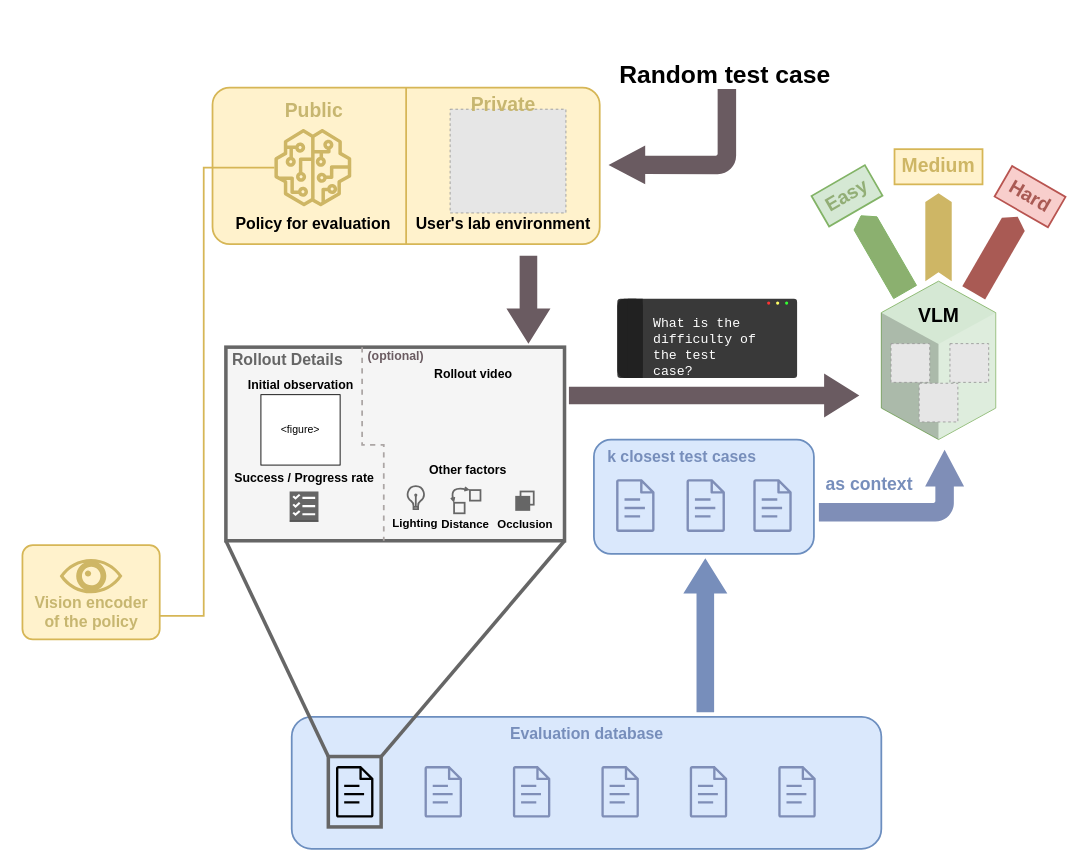
This is vlm_icl_v4.drawio from cxh-cxh/Embodied-VLM-Judge-figures, a draw.io file, before an edit. Source tidied: cells renumbered, new cells numbered last; positions are measured from the earlier drawing's top-left corner, leaving out a move shared by most shapes. Both pictures are drawn from the tidied source at 88%, with x=0, y=0 at pixel (18, 52). Pictures stored in the file or linked from it are replaced by grey dashed boxes.
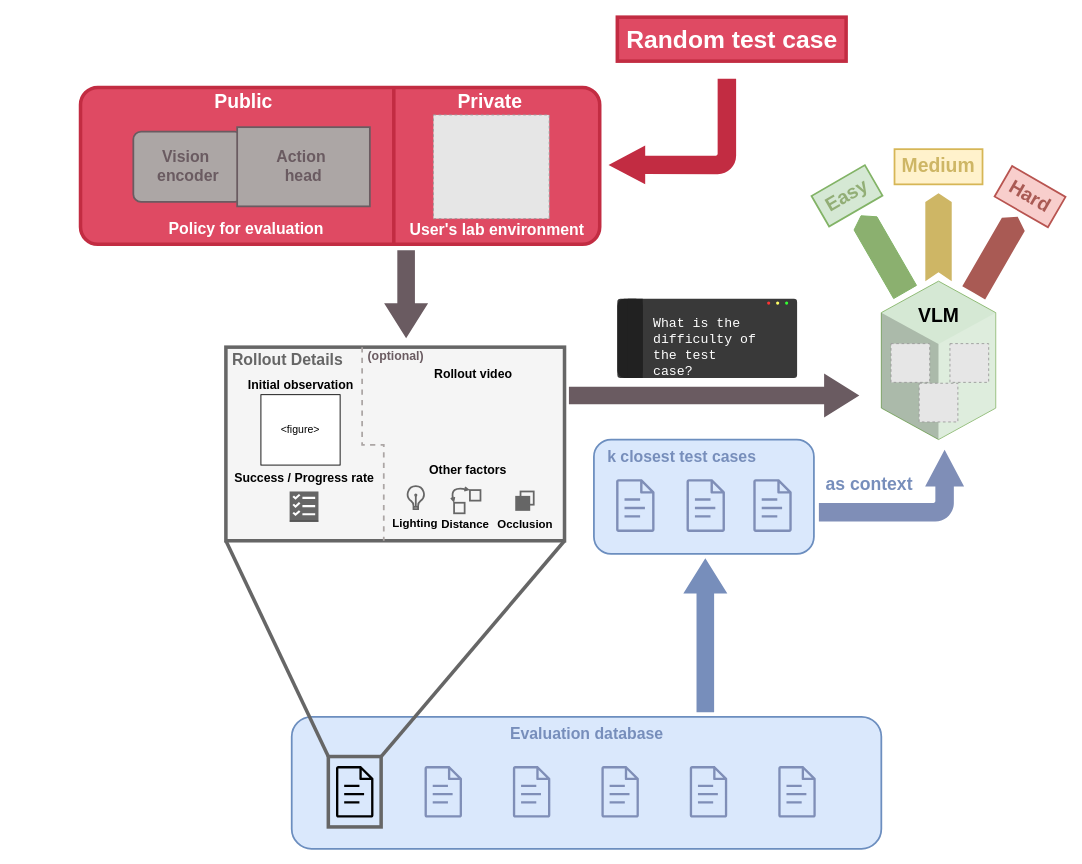
After the change.

The edit, as a diff of the source:
```diff
@@
-    <mxCell id="34" value="&lt;font&gt;&lt;b&gt;Random test case&lt;/b&gt;&lt;/font&gt;" style="text;html=1;align=center;verticalAlign=middle;strokeColor=none;fillColor=none;fontSize=28;" parent="1" vertex="1">
-      <mxGeometry x="672" width="260" height="50" as="geometry" />
+    <mxCell id="34" value="&lt;font style=&quot;color: rgb(255, 255, 255);&quot;&gt;&lt;b&gt;Random test case&lt;/b&gt;&lt;/font&gt;" style="text;html=1;align=center;verticalAlign=middle;strokeColor=#C22C42;fillColor=light-dark(#DF4A63,#AA7B7B);fontSize=28;strokeWidth=4;" parent="1" vertex="1">
+      <mxGeometry x="680" y="-40" width="260" height="50" as="geometry" />
     </mxCell>
     <mxCell id="35" style="group;" parent="1" vertex="1">
-      <mxGeometry x="220" y="20" width="440" height="198" as="geometry" />
+      <mxGeometry x="70" y="20" width="590" height="198" as="geometry" />
     </mxCell>
-    <mxCell id="36" style="rounded=1;whiteSpace=wrap;html=1;fillColor=#fff2cc;strokeColor=#d6b656;strokeWidth=2;arcSize=11;" parent="35" vertex="1">
-      <mxGeometry y="20" width="440" height="178" as="geometry" />
+    <mxCell id="36" style="rounded=1;whiteSpace=wrap;html=1;fillColor=light-dark(#DF4A63,#AA7B7B);strokeColor=#C22C42;strokeWidth=4;arcSize=11;align=center;verticalAlign=middle;fontFamily=Helvetica;fontSize=28;fontColor=default;gradientColor=none;" parent="35" vertex="1">
+      <mxGeometry y="20" width="590" height="178" as="geometry" />
     </mxCell>
-    <mxCell id="37" value="&lt;font&gt;&lt;b&gt;User's lab environment&lt;/b&gt;&lt;/font&gt;" style="text;html=1;align=center;verticalAlign=middle;strokeColor=none;fillColor=none;fontSize=18;fontColor=light-dark(#000000,#EDEDED);" parent="35" vertex="1">
-      <mxGeometry x="220" y="155" width="220" height="40" as="geometry" />
+    <mxCell id="37" value="&lt;font style=&quot;color: rgb(255, 255, 255);&quot;&gt;&lt;b&gt;User's lab environment&lt;/b&gt;&lt;/font&gt;" style="text;html=1;align=center;verticalAlign=middle;strokeColor=none;fillColor=none;fontSize=18;fontColor=light-dark(#000000,#EDEDED);" parent="35" vertex="1">
+      <mxGeometry x="362.8" y="161.9" width="220" height="40" as="geometry" />
     </mxCell>
     <mxCell id="38" style="fillColor=#E6E6E6;strokeColor=#999999;dashed=1;verticalLabelPosition=bottom;labelBackgroundColor=default;verticalAlign=top;" parent="35" vertex="1">
-      <mxGeometry x="270" y="44.6" width="131.6" height="117.9" as="geometry" />
+      <mxGeometry x="401" y="51.1" width="131.6" height="117.9" as="geometry" />
     </mxCell>
-    <mxCell id="39" value="&lt;font style=&quot;color: rgb(0, 0, 0);&quot;&gt;&lt;b&gt;Policy for evaluation&lt;/b&gt;&lt;/font&gt;" style="text;html=1;align=center;verticalAlign=middle;strokeColor=none;fillColor=none;fontSize=18;fontColor=light-dark(#7f8eb7, #EDEDED);" parent="35" vertex="1">
-      <mxGeometry x="14" y="155" width="200" height="40" as="geometry" />
+    <mxCell id="39" value="&lt;font style=&quot;color: rgb(255, 255, 255);&quot;&gt;&lt;b style=&quot;&quot;&gt;Policy for evaluation&lt;/b&gt;&lt;/font&gt;" style="text;html=1;align=center;verticalAlign=middle;strokeColor=none;fillColor=none;fontSize=18;fontColor=light-dark(#7f8eb7, #EDEDED);" parent="35" vertex="1">
+      <mxGeometry x="88" y="161" width="200" height="40" as="geometry" />
     </mxCell>
-    <mxCell id="40" style="sketch=0;outlineConnect=0;fillColor=light-dark(#ceb665, #281d00);strokeColor=#d6b656;dashed=0;verticalLabelPosition=bottom;verticalAlign=top;align=center;html=1;fontSize=12;fontStyle=0;shape=mxgraph.aws4.sagemaker_model;points=[[0,0.5,0,0,0]];" parent="35" vertex="1">
-      <mxGeometry x="70" y="67" width="88" height="88" as="geometry" />
-    </mxCell>
-    <mxCell id="41" value="&lt;font&gt;&lt;b&gt;Public&lt;/b&gt;&lt;/font&gt;" style="text;html=1;align=center;verticalAlign=middle;strokeColor=none;fillColor=none;fontColor=light-dark(#c7b670, #ededed);fontSize=22;" parent="35" vertex="1">
-      <mxGeometry x="70" y="27" width="90" height="40" as="geometry" />
+    <mxCell id="41" value="&lt;font style=&quot;color: rgb(255, 255, 255);&quot;&gt;&lt;b&gt;Public&lt;/b&gt;&lt;/font&gt;" style="text;html=1;align=center;verticalAlign=middle;strokeColor=none;fillColor=none;fontColor=light-dark(#c7b670, #ededed);fontSize=22;" parent="35" vertex="1">
+      <mxGeometry x="140" y="17" width="90" height="40" as="geometry" />
     </mxCell>
-    <mxCell id="42" value="&lt;span&gt;&lt;b&gt;Private&lt;/b&gt;&lt;/span&gt;" style="text;html=1;align=center;verticalAlign=middle;strokeColor=none;fillColor=none;fontColor=light-dark(#c7b670, #ededed);fontSize=22;" parent="35" vertex="1">
-      <mxGeometry x="280" y="20" width="100" height="40" as="geometry" />
+    <mxCell id="42" value="&lt;span&gt;&lt;b&gt;&lt;font style=&quot;color: rgb(255, 255, 255);&quot;&gt;Private&lt;/font&gt;&lt;/b&gt;&lt;/span&gt;" style="text;html=1;align=center;verticalAlign=middle;strokeColor=none;fillColor=none;fontColor=light-dark(#c7b670, #ededed);fontSize=22;" parent="35" vertex="1">
+      <mxGeometry x="415" y="17" width="100" height="40" as="geometry" />
     </mxCell>
-    <mxCell id="43" style="endArrow=none;html=1;rounded=0;exitX=0.5;exitY=0;exitDx=0;exitDy=0;entryX=0.5;entryY=1;entryDx=0;entryDy=0;strokeWidth=2;fillColor=#fff2cc;strokeColor=#d6b656;" parent="35" edge="1" source="36" target="36">
-      <mxGeometry relative="1" as="geometry" />
+    <mxCell id="43" style="endArrow=none;html=1;rounded=0;exitX=0.5;exitY=0;exitDx=0;exitDy=0;entryX=0.5;entryY=1;entryDx=0;entryDy=0;strokeWidth=4;fillColor=#fff2cc;strokeColor=#C22C42;" parent="35" edge="1">
+      <mxGeometry relative="1" as="geometry">
+        <mxPoint x="356" y="20" as="sourcePoint" />
+        <mxPoint x="356" y="198" as="targetPoint" />
+      </mxGeometry>
     </mxCell>
+    <mxCell id="68" style="rounded=1;whiteSpace=wrap;html=1;fillColor=#ACA6A5;strokeColor=#6A5B61;strokeWidth=2;arcSize=11;" parent="35" vertex="1">
+      <mxGeometry x="60" y="70" width="124.2" height="80" as="geometry" />
+    </mxCell>
+    <mxCell id="86" style="rounded=0;whiteSpace=wrap;html=1;fillColor=#ACA6A5;strokeColor=#6A5B61;strokeWidth=2;arcSize=11;" parent="35" vertex="1">
+      <mxGeometry x="178" y="65" width="150.8" height="90" as="geometry" />
+    </mxCell>
+    <mxCell id="87" value="&lt;font style=&quot;color: rgb(106, 91, 97);&quot;&gt;&lt;b&gt;Action&amp;nbsp;&lt;/b&gt;&lt;/font&gt;&lt;div&gt;&lt;font style=&quot;color: rgb(106, 91, 97);&quot;&gt;&lt;b&gt;head&lt;/b&gt;&lt;/font&gt;&lt;/div&gt;" style="text;html=1;align=center;verticalAlign=middle;strokeColor=none;fillColor=none;fontSize=18;fontColor=light-dark(#c7b670, #EDEDED);" parent="35" vertex="1">
+      <mxGeometry x="213.4" y="80" width="80" height="60" as="geometry" />
+    </mxCell>
+    <mxCell id="70" value="&lt;font style=&quot;color: rgb(106, 91, 97);&quot;&gt;&lt;b&gt;Vision&amp;nbsp;&lt;/b&gt;&lt;/font&gt;&lt;div&gt;&lt;font style=&quot;color: rgb(106, 91, 97);&quot;&gt;&lt;b&gt;encoder&lt;/b&gt;&lt;/font&gt;&lt;/div&gt;" style="text;html=1;align=center;verticalAlign=middle;strokeColor=none;fillColor=none;fontSize=18;fontColor=light-dark(#c7b670, #EDEDED);" parent="35" vertex="1">
+      <mxGeometry x="77.1" y="80" width="90" height="60" as="geometry" />
+    </mxCell>
     <mxCell id="44" style="html=1;shadow=0;dashed=0;align=center;verticalAlign=middle;shape=mxgraph.arrows2.arrow;dy=0.6;dx=40;direction=south;notch=0;fillColor=light-dark(#6A5B61,#1A1A1A);fontColor=#333333;strokeColor=none;" parent="1" vertex="1">
-      <mxGeometry x="554" y="231" width="50" height="100" as="geometry" />
+      <mxGeometry x="415" y="225" width="50" height="100" as="geometry" />
     </mxCell>
@@
-    <mxCell id="65" style="edgeStyle=orthogonalEdgeStyle;rounded=0;jettySize=auto;html=1;exitX=0;exitY=0.5;exitDx=0;exitDy=0;exitPerimeter=0;entryX=0;entryY=0.75;entryDx=0;entryDy=0;strokeWidth=2;fillColor=#fff2cc;strokeColor=#d6b656;" parent="1" edge="1" source="40" target="68">
-      <mxGeometry relative="1" as="geometry">
-        <Array as="points">
-          <mxPoint x="210" y="131" />
-          <mxPoint x="210" y="640" />
-        </Array>
-      </mxGeometry>
-    </mxCell>
@@
-    <mxCell id="67" style="group;" parent="1" vertex="1">
-      <mxGeometry y="560" width="160" height="107" as="geometry" />
-    </mxCell>
-    <mxCell id="68" style="rounded=1;whiteSpace=wrap;html=1;fillColor=#fff2cc;strokeColor=#d6b656;strokeWidth=2;arcSize=11;" parent="67" vertex="1">
-      <mxGeometry x="4" width="156" height="107" as="geometry" />
-    </mxCell>
-    <mxCell id="69" style="shape=mxgraph.signs.healthcare.eye;html=1;fillColor=light-dark(#ceb665, #ededed);strokeColor=none;verticalLabelPosition=bottom;verticalAlign=top;align=center;" parent="67" vertex="1">
-      <mxGeometry x="46.4" y="15.6" width="71.2" height="39.1" as="geometry" />
-    </mxCell>
-    <mxCell id="70" value="&lt;font style=&quot;&quot;&gt;&lt;b&gt;Vision encoder&lt;/b&gt;&lt;/font&gt;&lt;div&gt;&lt;font style=&quot;&quot;&gt;&lt;b&gt;of the policy&lt;/b&gt;&lt;/font&gt;&lt;/div&gt;" style="text;html=1;align=center;verticalAlign=middle;strokeColor=none;fillColor=none;fontSize=18;fontColor=light-dark(#c7b670, #EDEDED);" parent="67" vertex="1">
-      <mxGeometry x="7" y="47" width="150" height="60" as="geometry" />
-    </mxCell>
@@
-    <mxCell id="77" style="html=1;shadow=0;dashed=0;align=center;verticalAlign=middle;shape=mxgraph.arrows2.bendArrow;dy=10.5;dx=41.67;notch=0;arrowHead=44.27;rounded=1;rotation=0;flipH=1;flipV=1;fillColor=light-dark(#6A5B61,#1D293B);strokeColor=none;gradientColor=none;" parent="1" vertex="1">
-      <mxGeometry x="670" y="41.5" width="145" height="108.5" as="geometry" />
+    <mxCell id="77" style="html=1;shadow=0;dashed=0;align=center;verticalAlign=middle;shape=mxgraph.arrows2.bendArrow;dy=10.5;dx=41.67;notch=0;arrowHead=44.27;rounded=1;rotation=0;flipH=1;flipV=1;fillColor=light-dark(#C22C42,#1D293B);strokeColor=none;gradientColor=none;" parent="1" vertex="1">
+      <mxGeometry x="670" y="30" width="145" height="120" as="geometry" />
     </mxCell>
```
